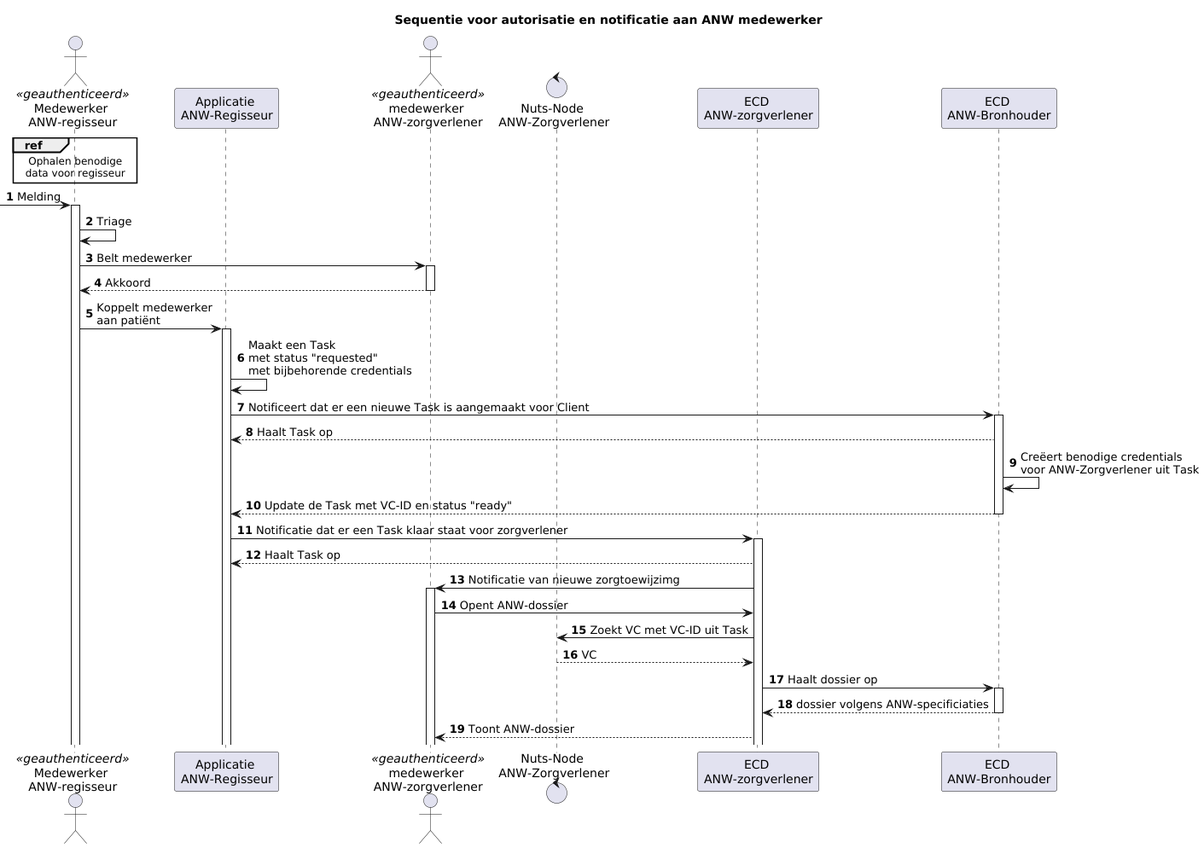
nuts-foundation/bolts keeps this PlantUML diagram as .gitbook/assets/ANW_koppel_sequence.png. Above is the earlier version.
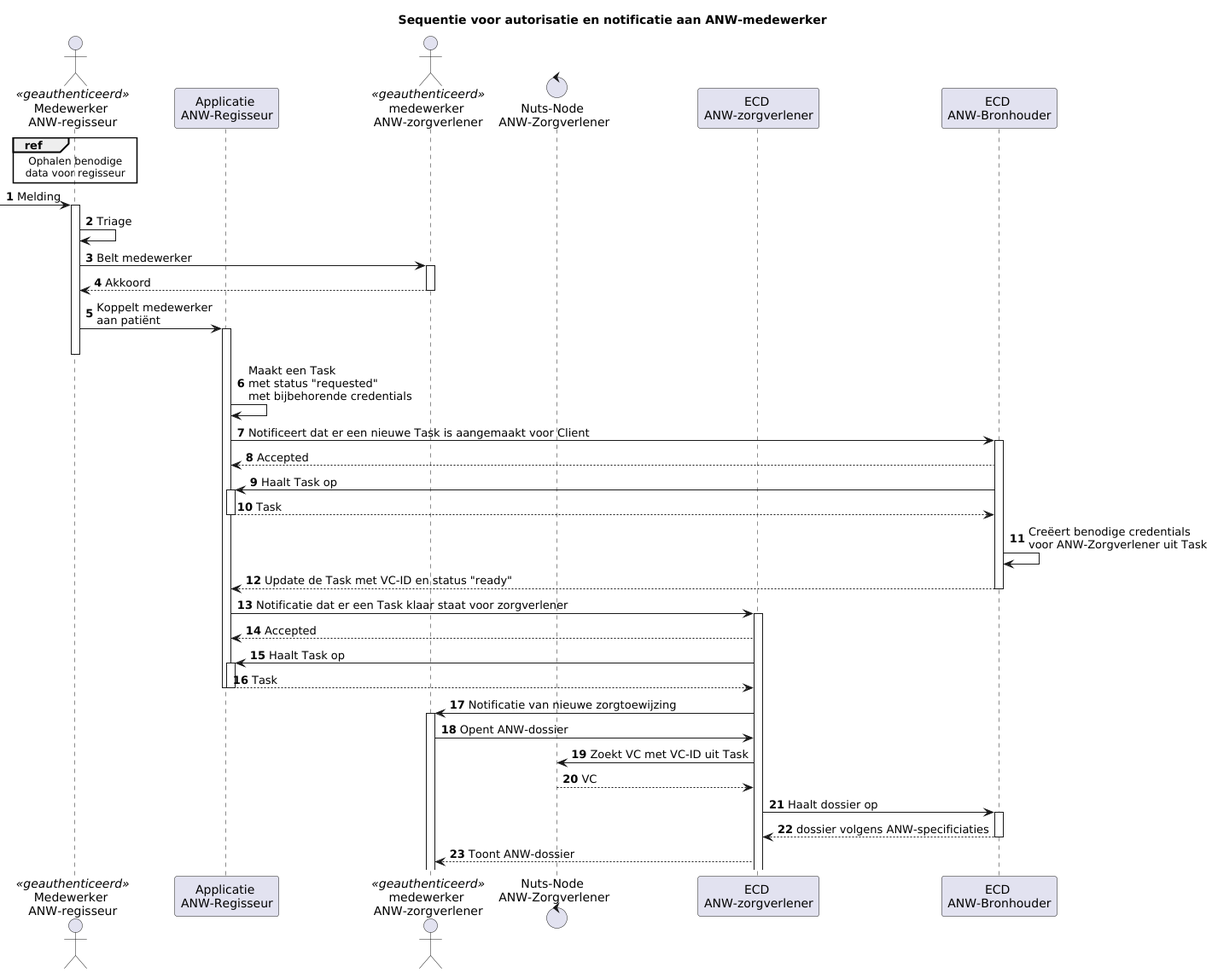
Above is the later version.

Commit message:
update sequence diagrams, inclusion of the diagram for retrieval of clients and employees for ANW.

Change to the diagram source:
```diff
@@ -1,6 +1,6 @@
 @startuml
 
-title Sequentie voor autorisatie en notificatie aan ANW medewerker
+title Sequentie voor autorisatie en notificatie aan ANW-medewerker
 
 autonumber
 actor ZMWANW as "Medewerker \nANW-regisseur"<<geauthenticeerd>>
@@ -16,14 +16,22 @@
 ZMWANW -> ANWEmpl ++: Belt medewerker
 return Akkoord
 ZMWANW -> ANWSystem++: Koppelt medewerker\naan patiënt
+ZMWANW --
 ANWSystem -> ANWSystem : Maakt een Task \nmet status "requested" \nmet bijbehorende credentials
 ANWSystem -> VVTB++: Notificeert dat er een nieuwe Task is aangemaakt voor Client
-VVTB --> ANWSystem: Haalt Task op
+VVTB --> ANWSystem: Accepted
+VVTB -> ANWSystem ++: Haalt Task op
+ANWSystem --> VVTB: Task
+ANWSystem --
 VVTB -> VVTB: Creëert benodige credentials \nvoor ANW-Zorgverlener uit Task
 VVTB --> ANWSystem --: Update de Task met VC-ID en status "ready"
 ANWSystem -> VVTA ++: Notificatie dat er een Task klaar staat voor zorgverlener
-VVTA --> ANWSystem: Haalt Task op
-VVTA -> ANWEmpl ++: Notificatie van nieuwe zorgtoewijzimg
+VVTA --> ANWSystem: Accepted
+VVTA -> ANWSystem ++: Haalt Task op
+ANWSystem --> VVTA: Task
+ANWSystem --
+ANWSystem --
+VVTA -> ANWEmpl ++: Notificatie van nieuwe zorgtoewijzing
 
 ANWEmpl -> VVTA: Opent ANW-dossier
 VVTA -> nNodeB: Zoekt VC met VC-ID uit Task
```
